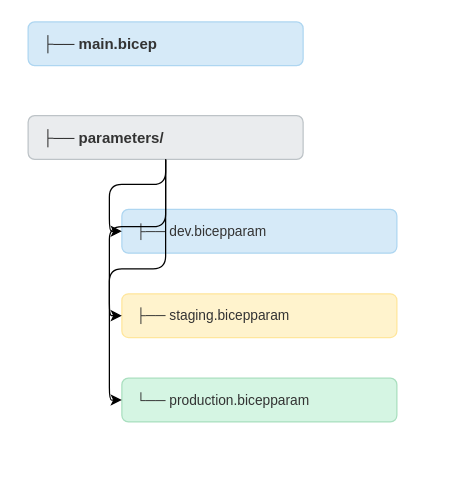
Earlier version of the draw.io diagram images/bicep-param-structure.drawio (ricmmartins/azure-governance-made-simple). Source tidied: cells renumbered, new cells numbered last; positions are measured from the earlier drawing's top-left corner, leaving out a move shared by most shapes. Both pictures are drawn from the tidied source at 125%, with x=0, y=0 at pixel (28, 21).
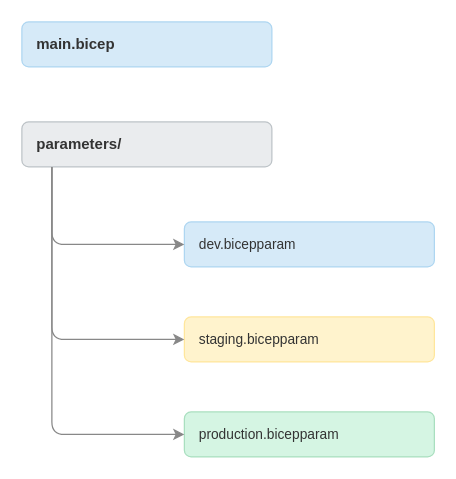
Above is the later version.

What changed in the source:
```diff
@@
 <mxGraphModel>
   <root>
     <mxCell id="0" />
     <mxCell id="1" parent="0" />
-    <mxCell id="2" value="├── main.bicep" style="rounded=1;whiteSpace=wrap;fillColor=#D6EAF8;fontColor=#333333;strokeColor=#AED6F1;fontSize=12;fontStyle=1;align=left;spacingLeft=10;" parent="1" vertex="1">
-      <mxGeometry width="220" height="35" as="geometry" />
+    <mxCell id="2" value="main.bicep" style="rounded=1;whiteSpace=wrap;fillColor=#D6EAF8;fontColor=#333333;strokeColor=#AED6F1;fontSize=12;fontStyle=1;align=left;spacingLeft=10;verticalAlign=middle;" parent="1" vertex="1">
+      <mxGeometry x="-5" width="200" height="36" as="geometry" />
     </mxCell>
-    <mxCell id="3" value="├── parameters/" style="rounded=1;whiteSpace=wrap;fillColor=#EAECEE;fontColor=#333333;strokeColor=#BDC3C7;fontSize=12;fontStyle=1;align=left;spacingLeft=10;" parent="1" vertex="1">
-      <mxGeometry y="75" width="220" height="35" as="geometry" />
+    <mxCell id="3" value="parameters/" style="rounded=1;whiteSpace=wrap;fillColor=#EAECEE;fontColor=#333333;strokeColor=#BDC3C7;fontSize=12;fontStyle=1;align=left;spacingLeft=10;verticalAlign=middle;" parent="1" vertex="1">
+      <mxGeometry x="-5" y="80" width="200" height="36" as="geometry" />
     </mxCell>
-    <mxCell id="4" value="├── dev.bicepparam" style="rounded=1;whiteSpace=wrap;fillColor=#D6EAF8;fontColor=#333333;strokeColor=#AED6F1;fontSize=11;align=left;spacingLeft=10;" parent="1" vertex="1">
-      <mxGeometry x="75" y="150" width="220" height="35" as="geometry" />
+    <mxCell id="4" value="dev.bicepparam" style="rounded=1;whiteSpace=wrap;fillColor=#D6EAF8;fontColor=#333333;strokeColor=#AED6F1;fontSize=11;align=left;spacingLeft=10;verticalAlign=middle;" parent="1" vertex="1">
+      <mxGeometry x="125" y="160" width="200" height="36" as="geometry" />
     </mxCell>
-    <mxCell id="5" value="├── staging.bicepparam" style="rounded=1;whiteSpace=wrap;fillColor=#FFF3CD;fontColor=#333333;strokeColor=#FFE69C;fontSize=11;align=left;spacingLeft=10;" parent="1" vertex="1">
-      <mxGeometry x="75" y="217.5" width="220" height="35" as="geometry" />
+    <mxCell id="5" value="staging.bicepparam" style="rounded=1;whiteSpace=wrap;fillColor=#FFF3CD;fontColor=#333333;strokeColor=#FFE69C;fontSize=11;align=left;spacingLeft=10;verticalAlign=middle;" parent="1" vertex="1">
+      <mxGeometry x="125" y="236" width="200" height="36" as="geometry" />
     </mxCell>
-    <mxCell id="6" value="└── production.bicepparam" style="rounded=1;whiteSpace=wrap;fillColor=#D5F5E3;fontColor=#333333;strokeColor=#A9DFBF;fontSize=11;align=left;spacingLeft=10;" parent="1" vertex="1">
-      <mxGeometry x="75" y="285" width="220" height="35" as="geometry" />
+    <mxCell id="6" value="production.bicepparam" style="rounded=1;whiteSpace=wrap;fillColor=#D5F5E3;fontColor=#333333;strokeColor=#A9DFBF;fontSize=11;align=left;spacingLeft=10;verticalAlign=middle;" parent="1" vertex="1">
+      <mxGeometry x="125" y="312" width="200" height="36" as="geometry" />
     </mxCell>
-    <mxCell id="7" style="edgeStyle=orthogonalEdgeStyle;rounded=1;strokeWidth=1;exitX=0.5;exitY=1;exitDx=0;exitDy=0;entryX=0;entryY=0.5;entryDx=0;entryDy=0;" parent="1" edge="1" source="3" target="4">
-      <mxGeometry relative="1" as="geometry" />
+    <mxCell id="7" style="rounded=1;strokeWidth=1;exitX=0.12;exitY=1;exitDx=0;exitDy=0;entryX=0;entryY=0.5;entryDx=0;entryDy=0;strokeColor=#888;" parent="1" edge="1" source="3" target="4">
+      <mxGeometry relative="1" as="geometry">
+        <Array as="points">
+          <mxPoint x="19" y="178" />
+        </Array>
+      </mxGeometry>
     </mxCell>
-    <mxCell id="8" style="edgeStyle=orthogonalEdgeStyle;rounded=1;strokeWidth=1;exitX=0.5;exitY=1;exitDx=0;exitDy=0;entryX=0;entryY=0.5;entryDx=0;entryDy=0;" parent="1" edge="1" source="3" target="5">
-      <mxGeometry relative="1" as="geometry" />
+    <mxCell id="8" style="rounded=1;strokeWidth=1;exitX=0.12;exitY=1;exitDx=0;exitDy=0;entryX=0;entryY=0.5;entryDx=0;entryDy=0;strokeColor=#888;" parent="1" edge="1" source="3" target="5">
+      <mxGeometry relative="1" as="geometry">
+        <Array as="points">
+          <mxPoint x="19" y="254" />
+        </Array>
+      </mxGeometry>
     </mxCell>
-    <mxCell id="9" style="edgeStyle=orthogonalEdgeStyle;rounded=1;strokeWidth=1;exitX=0.5;exitY=1;exitDx=0;exitDy=0;entryX=0;entryY=0.5;entryDx=0;entryDy=0;" parent="1" edge="1" source="3" target="6">
-      <mxGeometry relative="1" as="geometry" />
+    <mxCell id="9" style="rounded=1;strokeWidth=1;exitX=0.12;exitY=1;exitDx=0;exitDy=0;entryX=0;entryY=0.5;entryDx=0;entryDy=0;strokeColor=#888;" parent="1" edge="1" source="3" target="6">
+      <mxGeometry relative="1" as="geometry">
+        <Array as="points">
+          <mxPoint x="19" y="330" />
+        </Array>
+      </mxGeometry>
     </mxCell>
   </root>
 </mxGraphModel>
```
